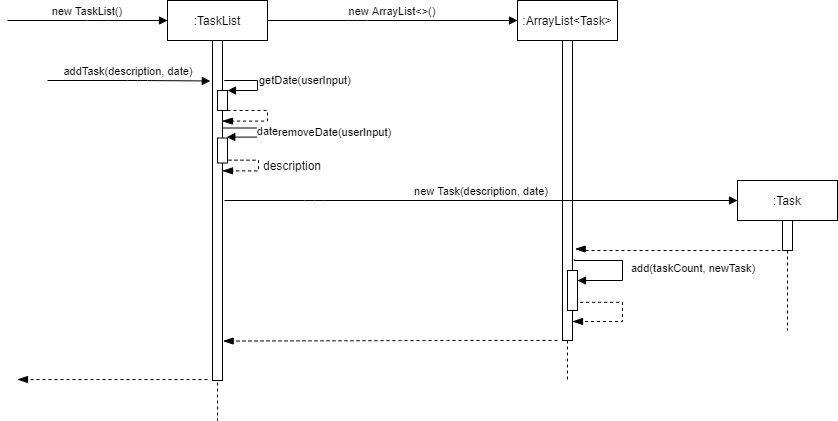
This is docs/media/TaskListSequenceDiagram.png from yapjoonsiong/tp, a draw.io export, as it was before one commit. Source tidied: cells renumbered, new cells last; positions are measured from the earlier drawing's top-left corner, leaving out a move shared by most shapes.
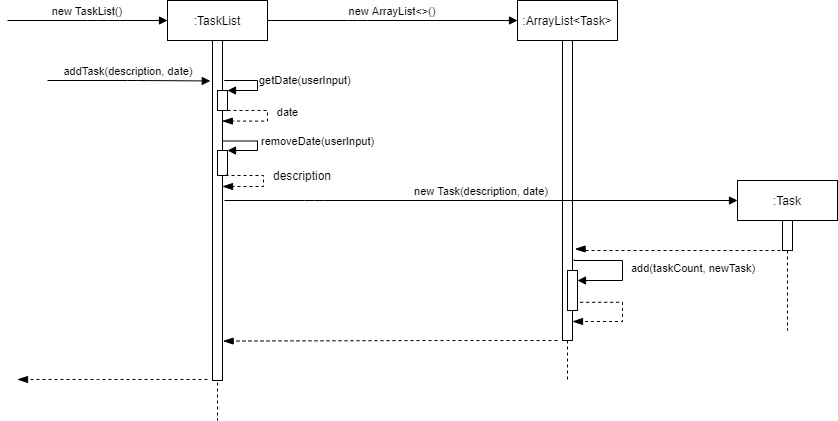
The same file after the commit.

Commit message:
update sequence diagram 2

What changed in the source:
```diff
@@ -23,35 +23,34 @@
       </mxGeometry>
     </mxCell>
     <mxCell id="6" style="html=1;points=[];perimeter=orthogonalPerimeter;" parent="2" vertex="1">
-      <mxGeometry x="50" y="137.5" width="10" height="25" as="geometry" />
+      <mxGeometry x="50" y="150" width="10" height="25" as="geometry" />
     </mxCell>
-    <mxCell id="7" value="removeDate(userInput)" style="edgeStyle=orthogonalEdgeStyle;html=1;align=left;spacingLeft=2;endArrow=block;rounded=0;entryX=0.927;entryY=-0.036;entryDx=0;entryDy=0;entryPerimeter=0;" parent="2" edge="1" target="6">
-      <mxGeometry x="0.04" y="17" relative="1" as="geometry">
-        <mxPoint x="55" y="127.5" as="sourcePoint" />
+    <mxCell id="7" value="removeDate(userInput)" style="edgeStyle=orthogonalEdgeStyle;html=1;align=left;spacingLeft=2;endArrow=block;rounded=0;" parent="2" edge="1">
+      <mxGeometry x="-0.06" relative="1" as="geometry">
+        <mxPoint x="55" y="140.5" as="sourcePoint" />
+        <mxPoint x="60" y="150" as="targetPoint" />
         <Array as="points">
-          <mxPoint x="90" y="128" />
-          <mxPoint x="90" y="137" />
+          <mxPoint x="90" y="141" />
+          <mxPoint x="90" y="150" />
         </Array>
       </mxGeometry>
     </mxCell>
     <mxCell id="8" value="date" style="html=1;verticalAlign=bottom;endArrow=blockThin;dashed=1;endSize=8;rounded=0;edgeStyle=orthogonalEdgeStyle;endFill=1;entryX=0.98;entryY=0.237;entryDx=0;entryDy=0;entryPerimeter=0;" parent="2" edge="1" target="3">
-      <mxGeometry x="0.05" y="-20" relative="1" as="geometry">
+      <mxGeometry x="0.06" y="20" relative="1" as="geometry">
         <mxPoint x="60" y="110" as="sourcePoint" />
         <Array as="points">
           <mxPoint x="100" y="110" />
           <mxPoint x="100" y="121" />
         </Array>
-        <mxPoint x="20" y="20" as="offset" />
+        <mxPoint x="20" y="-20" as="offset" />
       </mxGeometry>
     </mxCell>
-    <mxCell id="9" style="html=1;verticalAlign=bottom;endArrow=blockThin;dashed=1;endSize=8;rounded=0;edgeStyle=orthogonalEdgeStyle;entryX=0.9;entryY=0.322;entryDx=0;entryDy=0;entryPerimeter=0;endFill=1;" parent="2" edge="1">
+    <mxCell id="9" style="html=1;verticalAlign=bottom;endArrow=blockThin;dashed=1;endSize=8;rounded=0;edgeStyle=orthogonalEdgeStyle;endFill=1;exitX=0.96;exitY=0.936;exitDx=0;exitDy=0;exitPerimeter=0;" parent="2" edge="1" source="6" target="3">
       <mxGeometry relative="1" as="geometry">
-        <mxPoint x="61" y="159.7" as="sourcePoint" />
-        <mxPoint x="55" y="170.3" as="targetPoint" />
         <Array as="points">
-          <mxPoint x="61" y="159.8" />
-          <mxPoint x="91" y="159.8" />
-          <mxPoint x="91" y="170.8" />
+          <mxPoint x="60" y="175" />
+          <mxPoint x="96" y="175" />
+          <mxPoint x="96" y="186" />
         </Array>
       </mxGeometry>
     </mxCell>
@@ -70,7 +69,7 @@
       </mxGeometry>
     </mxCell>
     <mxCell id="13" value="description" style="text;html=1;strokeColor=none;fillColor=none;align=center;verticalAlign=middle;whiteSpace=wrap;rounded=0;" parent="1" vertex="1">
-      <mxGeometry x="260" y="160" width="50" height="10" as="geometry" />
+      <mxGeometry x="270" y="170" width="50" height="10" as="geometry" />
     </mxCell>
     <mxCell id="14" style="html=1;verticalAlign=bottom;endArrow=blockThin;dashed=1;endSize=8;rounded=0;edgeStyle=orthogonalEdgeStyle;endFill=1;" parent="1" edge="1">
       <mxGeometry y="-10" relative="1" as="geometry">
```
